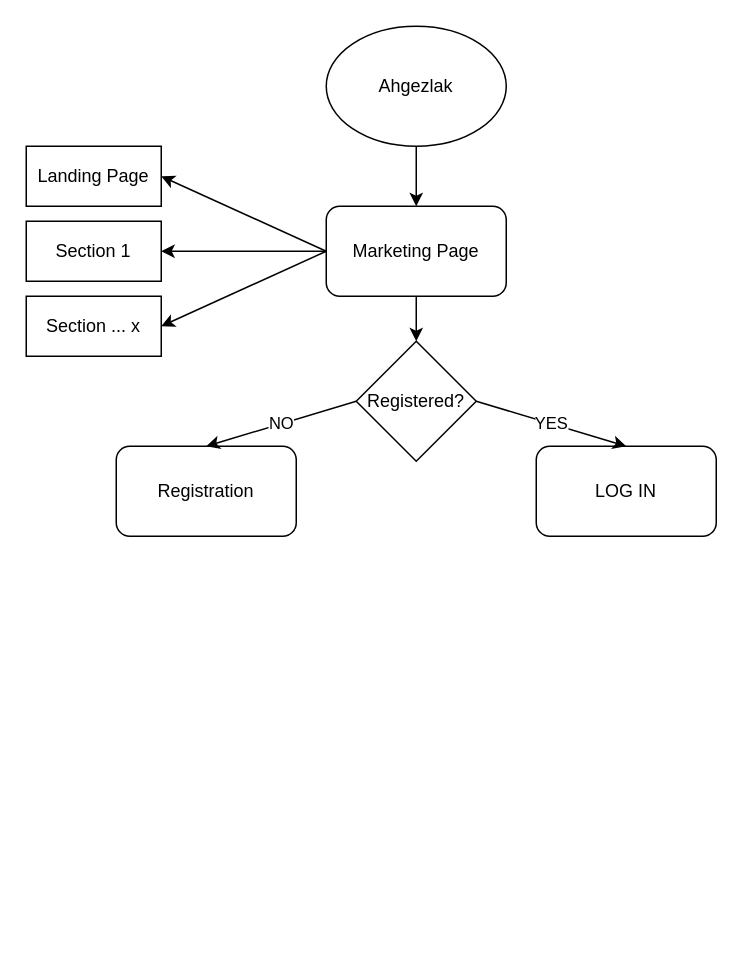
Above: Untitled Diagram.drawio in rafikmw/rafikmw.github.io (draw.io), before the change. Source tidied: cells renumbered, new cells numbered last; positions are measured from the earlier drawing's top-left corner, leaving out a move shared by most shapes. Both pictures are drawn from the tidied source at 150%, with x=0, y=0 at pixel (26, 26).
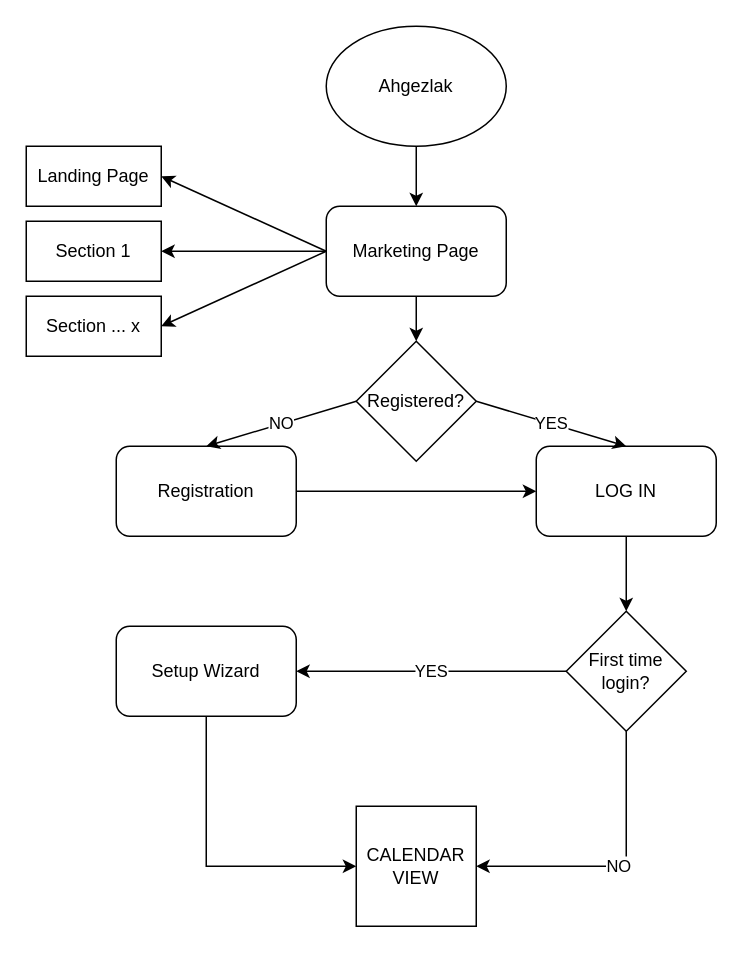
The same diagram, later.

Unchanged cells that the change refers to:
```xml
<mxCell id="12" value="Registration" style="rounded=1;whiteSpace=wrap;html=1;" parent="1" vertex="1">
  <mxGeometry x="60" y="280" width="120" height="60" as="geometry" />
</mxCell>
<mxCell id="13" value="LOG IN" style="rounded=1;whiteSpace=wrap;html=1;" parent="1" vertex="1">
  <mxGeometry x="340" y="280" width="120" height="60" as="geometry" />
</mxCell>
```

The edit, as a diff of the source:
```diff
@@
+    <mxCell id="17" style="edgeStyle=none;rounded=0;jettySize=auto;html=1;exitX=1;exitY=0.5;exitDx=0;exitDy=0;" parent="1" edge="1" source="12" target="13">
+      <mxGeometry relative="1" as="geometry" />
+    </mxCell>
@@
+    <mxCell id="18" style="edgeStyle=none;rounded=0;jettySize=auto;html=1;exitX=0.5;exitY=1;exitDx=0;exitDy=0;entryX=0.5;entryY=0;entryDx=0;entryDy=0;" parent="1" edge="1" source="13" target="21">
+      <mxGeometry relative="1" as="geometry" />
+    </mxCell>
@@
+    <mxCell id="19" value="YES" style="edgeStyle=none;rounded=0;jettySize=auto;html=1;exitX=0;exitY=0.5;exitDx=0;exitDy=0;entryX=1;entryY=0.5;entryDx=0;entryDy=0;" parent="1" edge="1" source="21" target="23">
+      <mxGeometry relative="1" as="geometry" />
+    </mxCell>
+    <mxCell id="20" value="NO" style="edgeStyle=none;rounded=0;jettySize=auto;html=1;exitX=0.5;exitY=1;exitDx=0;exitDy=0;entryX=1;entryY=0.5;entryDx=0;entryDy=0;" parent="1" edge="1" source="21" target="24">
+      <mxGeometry relative="1" as="geometry">
+        <Array as="points">
+          <mxPoint x="400" y="560" />
+        </Array>
+      </mxGeometry>
+    </mxCell>
+    <mxCell id="21" value="First time login?" style="rhombus;whiteSpace=wrap;html=1;" parent="1" vertex="1">
+      <mxGeometry x="360" y="390" width="80" height="80" as="geometry" />
+    </mxCell>
+    <mxCell id="22" style="edgeStyle=none;rounded=0;jettySize=auto;html=1;exitX=0.5;exitY=1;exitDx=0;exitDy=0;entryX=0;entryY=0.5;entryDx=0;entryDy=0;" parent="1" edge="1" source="23" target="24">
+      <mxGeometry relative="1" as="geometry">
+        <Array as="points">
+          <mxPoint x="120" y="560" />
+        </Array>
+      </mxGeometry>
+    </mxCell>
+    <mxCell id="23" value="Setup Wizard" style="rounded=1;whiteSpace=wrap;html=1;" parent="1" vertex="1">
+      <mxGeometry x="60" y="400" width="120" height="60" as="geometry" />
+    </mxCell>
+    <mxCell id="24" value="CALENDAR VIEW" style="whiteSpace=wrap;html=1;" parent="1" vertex="1">
+      <mxGeometry x="220" y="520" width="80" height="80" as="geometry" />
+    </mxCell>
```
